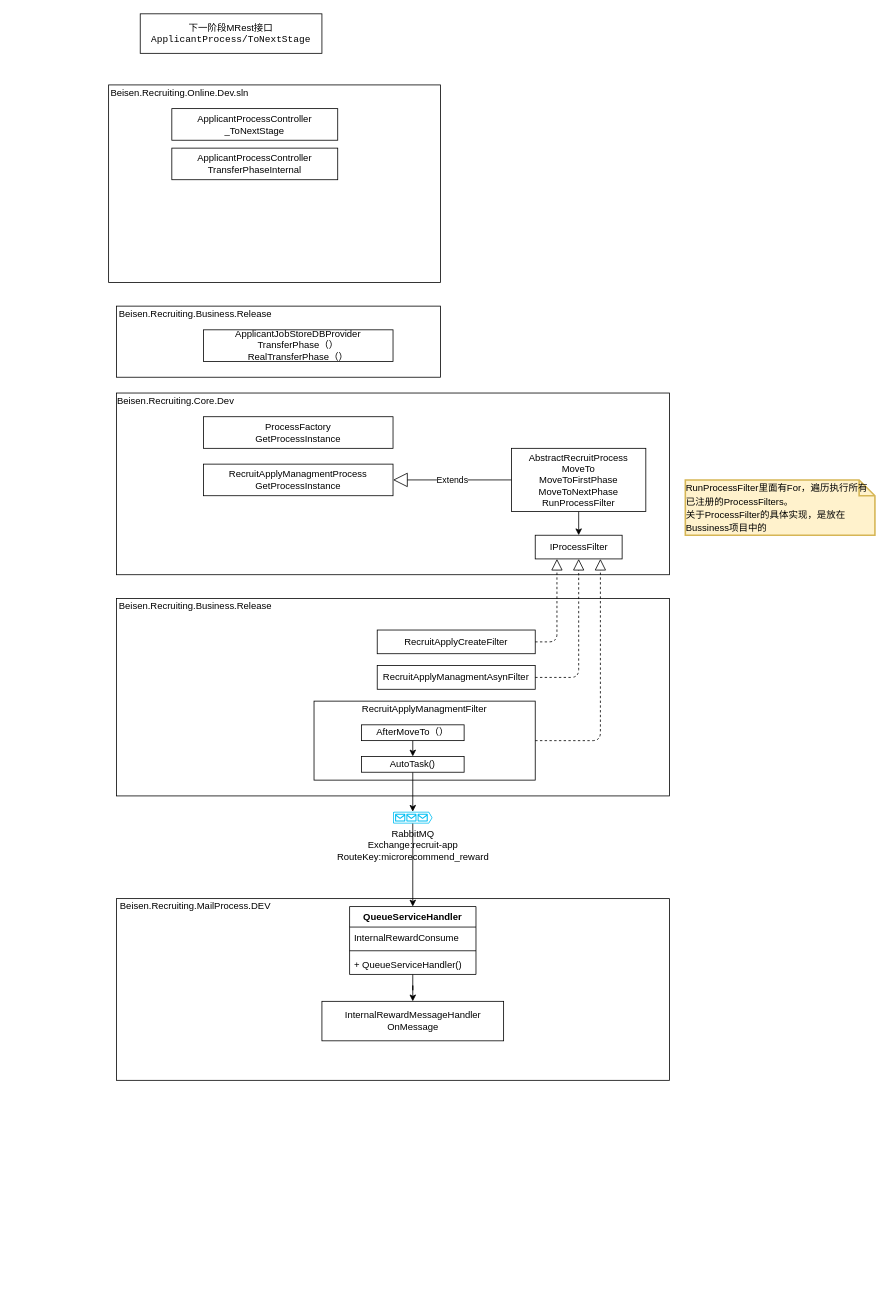
The draw.io diagram 转移阶段->奖励计算.drawio in Lucas20029/MyDiagrams, before the edit. Source tidied: cells renumbered, new cells numbered last; positions are measured from the earlier drawing's top-left corner, leaving out a move shared by most shapes. Both pictures are drawn from the tidied source at 79%, with x=0, y=0 at pixel (108, 13).
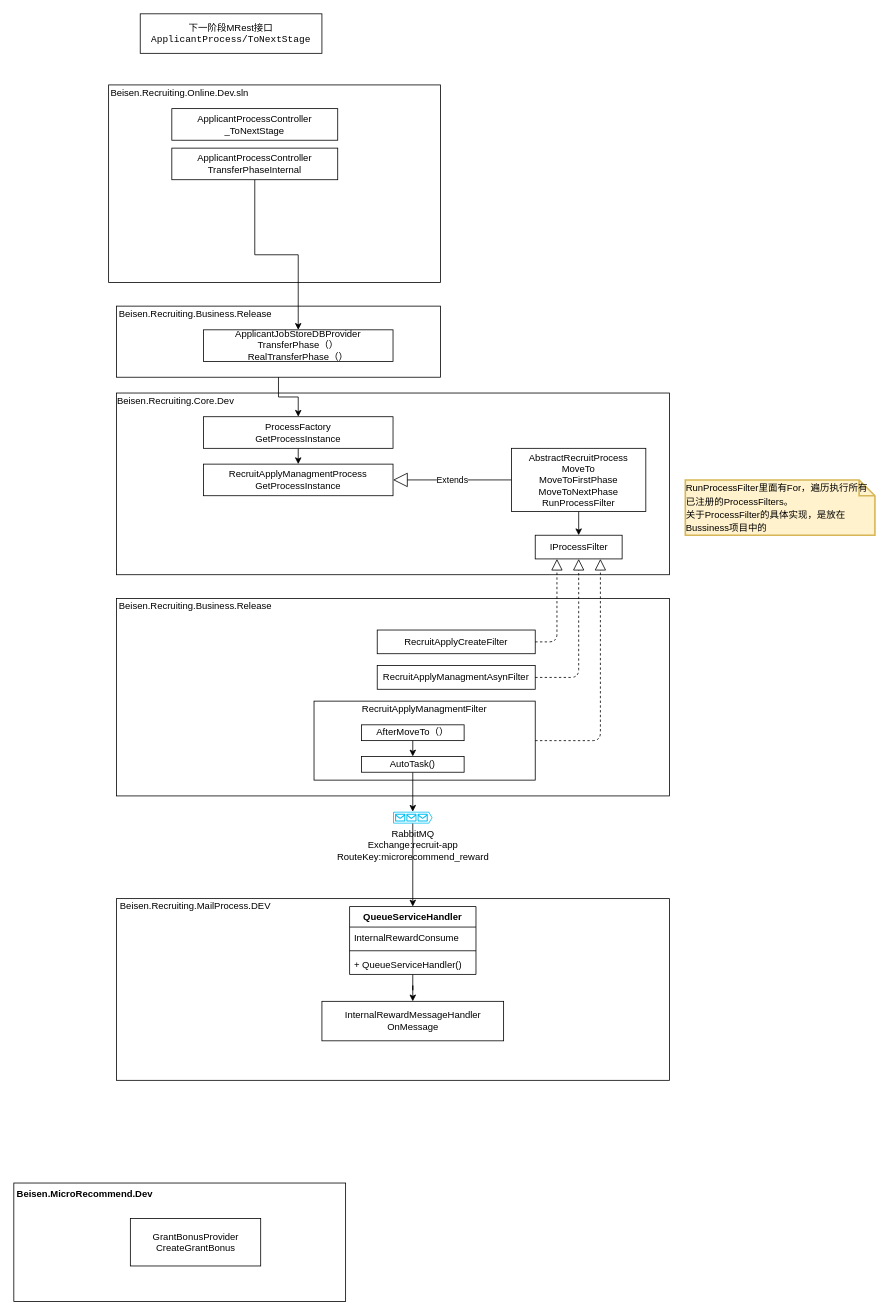
After the change.

Commit message (it also covers changes not shown here):
Update 转移阶段->奖励计算.drawio

Unchanged cells that the change refers to:
```xml
<mxCell id="6" value="ApplicantProcessController&lt;br&gt;TransferPhaseInternal" style="rounded=0;whiteSpace=wrap;html=1;" parent="1" vertex="1">
  <mxGeometry x="80" y="170" width="210" height="40" as="geometry" />
</mxCell>
<mxCell id="7" style="rounded=0;whiteSpace=wrap;html=1;" parent="1" vertex="1">
  <mxGeometry x="10" y="370" width="410" height="90" as="geometry" />
</mxCell>
<mxCell id="9" value="ApplicantJobStoreDBProvider&lt;br&gt;TransferPhase（）&lt;br&gt;RealTransferPhase（）" style="rounded=0;whiteSpace=wrap;html=1;" parent="1" vertex="1">
  <mxGeometry x="120" y="400" width="240" height="40" as="geometry" />
</mxCell>
<mxCell id="12" value="ProcessFactory&lt;br&gt;GetProcessInstance" style="rounded=0;whiteSpace=wrap;html=1;" parent="1" vertex="1">
  <mxGeometry x="120" y="510" width="240" height="40" as="geometry" />
</mxCell>
<mxCell id="13" value="RecruitApplyManagmentProcess&lt;br&gt;GetProcessInstance" style="rounded=0;whiteSpace=wrap;html=1;" parent="1" vertex="1">
  <mxGeometry x="120" y="570" width="240" height="40" as="geometry" />
</mxCell>
```

What changed in the source:
```diff
@@
+    <mxCell id="42" style="edgeStyle=orthogonalEdgeStyle;rounded=0;jettySize=auto;html=1;exitX=0.5;exitY=1;exitDx=0;exitDy=0;entryX=0.5;entryY=0;entryDx=0;entryDy=0;" parent="1" edge="1" source="12" target="13">
+      <mxGeometry relative="1" as="geometry" />
+    </mxCell>
@@
+    <mxCell id="43" style="edgeStyle=orthogonalEdgeStyle;rounded=0;jettySize=auto;html=1;exitX=0.5;exitY=1;exitDx=0;exitDy=0;" parent="1" edge="1" source="7" target="12">
+      <mxGeometry relative="1" as="geometry" />
+    </mxCell>
+    <mxCell id="44" style="edgeStyle=orthogonalEdgeStyle;rounded=0;jettySize=auto;html=1;exitX=0.5;exitY=1;exitDx=0;exitDy=0;entryX=0.5;entryY=0;entryDx=0;entryDy=0;" parent="1" edge="1" source="6" target="9">
+      <mxGeometry relative="1" as="geometry" />
+    </mxCell>
+    <mxCell id="45" style="html=1;" parent="1" vertex="1">
+      <mxGeometry x="-120" y="1480" width="420" height="150" as="geometry" />
+    </mxCell>
+    <mxCell id="46" value="Beisen.MicroRecommend.Dev" style="text;align=center;fontStyle=1;verticalAlign=middle;spacingLeft=3;spacingRight=3;strokeColor=none;" parent="1" vertex="1">
+      <mxGeometry x="-70" y="1480" width="80" height="26" as="geometry" />
+    </mxCell>
+    <mxCell id="47" value="GrantBonusProvider&lt;br&gt;CreateGrantBonus" style="html=1;" parent="1" vertex="1">
+      <mxGeometry x="27.5" y="1525" width="165" height="60" as="geometry" />
+    </mxCell>
```
